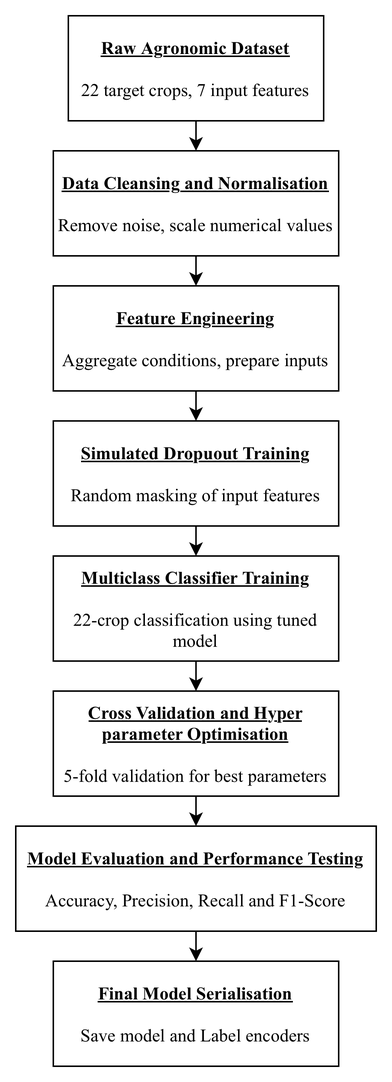
Vishesh-Goyal7/AgriVerse keeps this draw.io diagram as AgriVerse_Model_Training.drawio.png. Above is the earlier version. Source tidied: cells renumbered, new cells last; positions are measured from the earlier drawing's top-left corner, leaving out a move shared by most shapes.
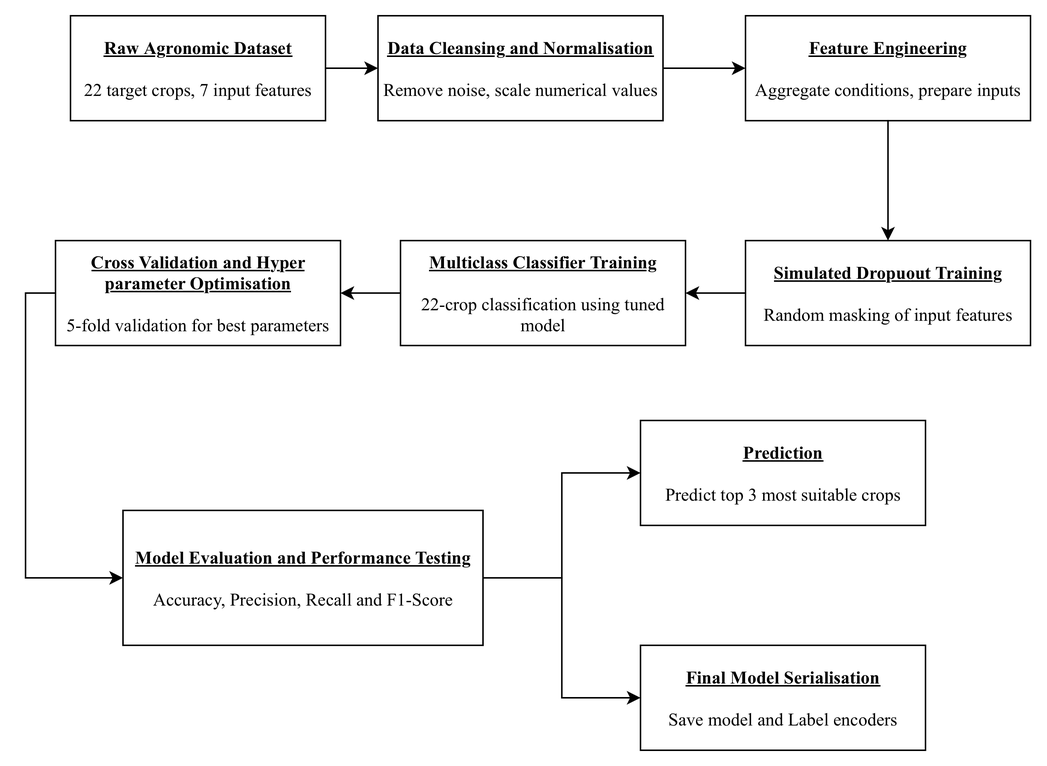
After the commit.

Change to the diagram source:
```diff
@@ -2,63 +2,56 @@
   <root>
     <mxCell id="0" />
     <mxCell id="1" parent="0" />
-    <mxCell id="2" style="group;" parent="1" vertex="1">
-      <mxGeometry x="25" width="215" height="700" as="geometry" />
+    <mxCell id="2" style="edgeStyle=orthogonalEdgeStyle;rounded=0;jettySize=auto;html=1;" parent="1" edge="1" source="3" target="5">
+      <mxGeometry relative="1" as="geometry" />
     </mxCell>
-    <mxCell id="3" style="edgeStyle=orthogonalEdgeStyle;rounded=0;jettySize=auto;html=1;exitX=0.5;exitY=1;exitDx=0;exitDy=0;entryX=0.5;entryY=0;entryDx=0;entryDy=0;" parent="2" edge="1" source="4" target="6">
-      <mxGeometry relative="1" as="geometry" />
+    <mxCell id="3" value="&lt;font face=&quot;Times New Roman&quot;&gt;&lt;b&gt;&lt;u&gt;Raw Agronomic Dataset&lt;/u&gt;&lt;/b&gt;&lt;/font&gt;&lt;br&gt;&lt;div&gt;&lt;b&gt;&lt;font face=&quot;Times New Roman&quot;&gt;&lt;br&gt;&lt;/font&gt;&lt;/b&gt;&lt;/div&gt;&lt;div&gt;&lt;font face=&quot;Times New Roman&quot;&gt;22 target crops, 7 input features&lt;/font&gt;&lt;/div&gt;" style="rounded=0;whiteSpace=wrap;html=1;" parent="1" vertex="1">
+      <mxGeometry x="-257.5" y="40" width="170" height="70" as="geometry" />
     </mxCell>
-    <mxCell id="4" value="&lt;font face=&quot;Times New Roman&quot;&gt;&lt;b&gt;&lt;u&gt;Raw Agronomic Dataset&lt;/u&gt;&lt;/b&gt;&lt;/font&gt;&lt;br&gt;&lt;div&gt;&lt;b&gt;&lt;font face=&quot;Times New Roman&quot;&gt;&lt;br&gt;&lt;/font&gt;&lt;/b&gt;&lt;/div&gt;&lt;div&gt;&lt;font face=&quot;Times New Roman&quot;&gt;22 target crops, 7 input features&lt;/font&gt;&lt;/div&gt;" style="rounded=0;whiteSpace=wrap;html=1;" parent="2" vertex="1">
-      <mxGeometry x="10" width="170" height="70" as="geometry" />
+    <mxCell id="4" style="edgeStyle=orthogonalEdgeStyle;rounded=0;jettySize=auto;html=1;" parent="1" edge="1" source="5" target="7">
+      <mxGeometry relative="1" as="geometry" />
     </mxCell>
-    <mxCell id="5" style="edgeStyle=orthogonalEdgeStyle;rounded=0;jettySize=auto;html=1;exitX=0.5;exitY=1;exitDx=0;exitDy=0;entryX=0.5;entryY=0;entryDx=0;entryDy=0;" parent="2" edge="1" source="6" target="7">
-      <mxGeometry relative="1" as="geometry" />
+    <mxCell id="5" value="&lt;font face=&quot;Times New Roman&quot;&gt;&lt;b&gt;&lt;u&gt;Data Cleansing and Normalisation&lt;/u&gt;&lt;/b&gt;&lt;/font&gt;&lt;br&gt;&lt;div&gt;&lt;b&gt;&lt;font face=&quot;Times New Roman&quot;&gt;&lt;br&gt;&lt;/font&gt;&lt;/b&gt;&lt;/div&gt;&lt;div&gt;&lt;font face=&quot;Times New Roman&quot;&gt;Remove noise, scale numerical values&lt;/font&gt;&lt;/div&gt;" style="rounded=0;whiteSpace=wrap;html=1;" parent="1" vertex="1">
+      <mxGeometry x="-52.5" y="40" width="190" height="70" as="geometry" />
     </mxCell>
-    <mxCell id="6" value="&lt;font face=&quot;Times New Roman&quot;&gt;&lt;b&gt;&lt;u&gt;Data Cleansing and Normalisation&lt;/u&gt;&lt;/b&gt;&lt;/font&gt;&lt;br&gt;&lt;div&gt;&lt;b&gt;&lt;font face=&quot;Times New Roman&quot;&gt;&lt;br&gt;&lt;/font&gt;&lt;/b&gt;&lt;/div&gt;&lt;div&gt;&lt;font face=&quot;Times New Roman&quot;&gt;Remove noise, scale numerical values&lt;/font&gt;&lt;/div&gt;" style="rounded=0;whiteSpace=wrap;html=1;" parent="2" vertex="1">
-      <mxGeometry y="90" width="190" height="70" as="geometry" />
+    <mxCell id="6" style="edgeStyle=orthogonalEdgeStyle;rounded=0;jettySize=auto;html=1;" parent="1" edge="1" source="7" target="9">
+      <mxGeometry relative="1" as="geometry" />
     </mxCell>
-    <mxCell id="7" value="&lt;font face=&quot;Times New Roman&quot;&gt;&lt;b&gt;&lt;u&gt;Feature Engineering&lt;/u&gt;&lt;/b&gt;&lt;/font&gt;&lt;br&gt;&lt;div&gt;&lt;b&gt;&lt;font face=&quot;Times New Roman&quot;&gt;&lt;br&gt;&lt;/font&gt;&lt;/b&gt;&lt;/div&gt;&lt;div&gt;&lt;font face=&quot;Times New Roman&quot;&gt;Aggregate conditions, prepare inputs&lt;/font&gt;&lt;/div&gt;" style="rounded=0;whiteSpace=wrap;html=1;" parent="2" vertex="1">
-      <mxGeometry y="180" width="190" height="70" as="geometry" />
+    <mxCell id="7" value="&lt;font face=&quot;Times New Roman&quot;&gt;&lt;b&gt;&lt;u&gt;Feature Engineering&lt;/u&gt;&lt;/b&gt;&lt;/font&gt;&lt;br&gt;&lt;div&gt;&lt;b&gt;&lt;font face=&quot;Times New Roman&quot;&gt;&lt;br&gt;&lt;/font&gt;&lt;/b&gt;&lt;/div&gt;&lt;div&gt;&lt;font face=&quot;Times New Roman&quot;&gt;Aggregate conditions, prepare inputs&lt;/font&gt;&lt;/div&gt;" style="rounded=0;whiteSpace=wrap;html=1;" parent="1" vertex="1">
+      <mxGeometry x="192.5" y="40" width="190" height="70" as="geometry" />
     </mxCell>
-    <mxCell id="8" style="edgeStyle=orthogonalEdgeStyle;rounded=0;jettySize=auto;html=1;exitX=0.5;exitY=1;exitDx=0;exitDy=0;entryX=0.5;entryY=0;entryDx=0;entryDy=0;" parent="2" edge="1" target="9">
-      <mxGeometry relative="1" as="geometry">
-        <mxPoint x="95" y="250" as="sourcePoint" />
-      </mxGeometry>
+    <mxCell id="8" style="edgeStyle=orthogonalEdgeStyle;rounded=0;jettySize=auto;html=1;" parent="1" edge="1" source="9" target="11">
+      <mxGeometry relative="1" as="geometry" />
     </mxCell>
-    <mxCell id="9" value="&lt;font face=&quot;Times New Roman&quot;&gt;&lt;b&gt;&lt;u&gt;Simulated Dropuout Training&lt;/u&gt;&lt;/b&gt;&lt;/font&gt;&lt;br&gt;&lt;div&gt;&lt;b&gt;&lt;font face=&quot;Times New Roman&quot;&gt;&lt;br&gt;&lt;/font&gt;&lt;/b&gt;&lt;/div&gt;&lt;div&gt;&lt;font face=&quot;Times New Roman&quot;&gt;Random masking of input features&lt;/font&gt;&lt;span style=&quot;caret-color: rgba(0, 0, 0, 0); color: rgba(0, 0, 0, 0); font-family: monospace; font-size: 0px; text-align: start; white-space: nowrap;&quot;&gt;%3CmxGraphModel%3E%3Croot%3E%3CmxCell%20id%3D%220%22%2F%3E%3CmxCell%20id%3D%221%22%20parent%3D%220%22%2F%3E%3CmxCell%20id%3D%222%22%20edge%3D%221%22%20parent%3D%221%22%20style%3D%22edgeStyle%3DorthogonalEdgeStyle%3Brounded%3D0%3BorthogonalLoop%3D1%3BjettySize%3Dauto%3Bhtml%3D1%3BexitX%3D0.5%3BexitY%3D1%3BexitDx%3D0%3BexitDy%3D0%3BentryX%3D0.5%3BentryY%3D0%3BentryDx%3D0%3BentryDy%3D0%3B%22%20target%3D%223%22%3E%3CmxGeometry%20relative%3D%221%22%20as%3D%22geometry%22%3E%3CmxPoint%20x%3D%22205%22%20y%3D%22640%22%20as%3D%22sourcePoint%22%2F%3E%3C%2FmxGeometry%3E%3C%2FmxCell%3E%3CmxCell%20id%3D%223%22%20parent%3D%221%22%20style%3D%22rounded%3D0%3BwhiteSpace%3Dwrap%3Bhtml%3D1%3B%22%20value%3D%22%26lt%3Bfont%20face%3D%26quot%3BTimes%20New%20Roman%26quot%3B%26gt%3B%26lt%3Bb%26gt%3B%26lt%3Bu%26gt%3BFeature%20Engineering%26lt%3B%2Fu%26gt%3B%26lt%3B%2Fb%26gt%3B%26lt%3B%2Ffont%26gt%3B%26lt%3Bbr%26gt%3B%26lt%3Bdiv%26gt%3B%26lt%3Bb%26gt%3B%26lt%3Bfont%20face%3D%26quot%3BTimes%20New%20Roman%26quot%3B%26gt%3B%26lt%3Bbr%26gt%3B%26lt%3B%2Ffont%26gt%3B%26lt%3B%2Fb%26gt%3B%26lt%3B%2Fdiv%26gt%3B%26lt%3Bdiv%26gt%3B%26lt%3Bfont%20face%3D%26quot%3BTimes%20New%20Roman%26quot%3B%26gt%3BAggregate%20conditions%2C%20prepare%20inputs%26lt%3B%2Ffont%26gt%3B%26lt%3B%2Fdiv%26gt%3B%22%20vertex%3D%221%22%3E%3CmxGeometry%20height%3D%2270%22%20width%3D%22190%22%20x%3D%22110%22%20y%3D%22660%22%20as%3D%22geometry%22%2F%3E%3C%2FmxCell%3E%3C%2Froot%3E%3C%2FmxGraphModel%3E&lt;/span&gt;&lt;/div&gt;" style="rounded=0;whiteSpace=wrap;html=1;" parent="2" vertex="1">
-      <mxGeometry y="270" width="190" height="70" as="geometry" />
+    <mxCell id="9" value="&lt;font face=&quot;Times New Roman&quot;&gt;&lt;b&gt;&lt;u&gt;Simulated Dropuout Training&lt;/u&gt;&lt;/b&gt;&lt;/font&gt;&lt;br&gt;&lt;div&gt;&lt;b&gt;&lt;font face=&quot;Times New Roman&quot;&gt;&lt;br&gt;&lt;/font&gt;&lt;/b&gt;&lt;/div&gt;&lt;div&gt;&lt;font face=&quot;Times New Roman&quot;&gt;Random masking of input features&lt;/font&gt;&lt;span style=&quot;caret-color: rgba(0, 0, 0, 0); color: rgba(0, 0, 0, 0); font-family: monospace; font-size: 0px; text-align: start; white-space: nowrap;&quot;&gt;%3CmxGraphModel%3E%3Croot%3E%3CmxCell%20id%3D%220%22%2F%3E%3CmxCell%20id%3D%221%22%20parent%3D%220%22%2F%3E%3CmxCell%20id%3D%222%22%20edge%3D%221%22%20parent%3D%221%22%20style%3D%22edgeStyle%3DorthogonalEdgeStyle%3Brounded%3D0%3BorthogonalLoop%3D1%3BjettySize%3Dauto%3Bhtml%3D1%3BexitX%3D0.5%3BexitY%3D1%3BexitDx%3D0%3BexitDy%3D0%3BentryX%3D0.5%3BentryY%3D0%3BentryDx%3D0%3BentryDy%3D0%3B%22%20target%3D%223%22%3E%3CmxGeometry%20relative%3D%221%22%20as%3D%22geometry%22%3E%3CmxPoint%20x%3D%22205%22%20y%3D%22640%22%20as%3D%22sourcePoint%22%2F%3E%3C%2FmxGeometry%3E%3C%2FmxCell%3E%3CmxCell%20id%3D%223%22%20parent%3D%221%22%20style%3D%22rounded%3D0%3BwhiteSpace%3Dwrap%3Bhtml%3D1%3B%22%20value%3D%22%26lt%3Bfont%20face%3D%26quot%3BTimes%20New%20Roman%26quot%3B%26gt%3B%26lt%3Bb%26gt%3B%26lt%3Bu%26gt%3BFeature%20Engineering%26lt%3B%2Fu%26gt%3B%26lt%3B%2Fb%26gt%3B%26lt%3B%2Ffont%26gt%3B%26lt%3Bbr%26gt%3B%26lt%3Bdiv%26gt%3B%26lt%3Bb%26gt%3B%26lt%3Bfont%20face%3D%26quot%3BTimes%20New%20Roman%26quot%3B%26gt%3B%26lt%3Bbr%26gt%3B%26lt%3B%2Ffont%26gt%3B%26lt%3B%2Fb%26gt%3B%26lt%3B%2Fdiv%26gt%3B%26lt%3Bdiv%26gt%3B%26lt%3Bfont%20face%3D%26quot%3BTimes%20New%20Roman%26quot%3B%26gt%3BAggregate%20conditions%2C%20prepare%20inputs%26lt%3B%2Ffont%26gt%3B%26lt%3B%2Fdiv%26gt%3B%22%20vertex%3D%221%22%3E%3CmxGeometry%20height%3D%2270%22%20width%3D%22190%22%20x%3D%22110%22%20y%3D%22660%22%20as%3D%22geometry%22%2F%3E%3C%2FmxCell%3E%3C%2Froot%3E%3C%2FmxGraphModel%3E&lt;/span&gt;&lt;/div&gt;" style="rounded=0;whiteSpace=wrap;html=1;" parent="1" vertex="1">
+      <mxGeometry x="192.5" y="190" width="190" height="70" as="geometry" />
     </mxCell>
-    <mxCell id="10" style="edgeStyle=orthogonalEdgeStyle;rounded=0;jettySize=auto;html=1;exitX=0.5;exitY=1;exitDx=0;exitDy=0;entryX=0.5;entryY=0;entryDx=0;entryDy=0;" parent="2" edge="1" target="11">
-      <mxGeometry relative="1" as="geometry">
-        <mxPoint x="95" y="340" as="sourcePoint" />
-      </mxGeometry>
+    <mxCell id="10" style="edgeStyle=orthogonalEdgeStyle;rounded=0;jettySize=auto;html=1;" parent="1" edge="1" source="11" target="13">
+      <mxGeometry relative="1" as="geometry" />
     </mxCell>
-    <mxCell id="11" value="&lt;font face=&quot;Times New Roman&quot;&gt;&lt;b&gt;&lt;u&gt;Multiclass Classifier Training&lt;/u&gt;&lt;/b&gt;&lt;/font&gt;&lt;br&gt;&lt;div&gt;&lt;b&gt;&lt;font face=&quot;Times New Roman&quot;&gt;&lt;br&gt;&lt;/font&gt;&lt;/b&gt;&lt;/div&gt;&lt;div&gt;&lt;font face=&quot;Times New Roman&quot;&gt;22-crop classification using tuned model&lt;/font&gt;&lt;/div&gt;" style="rounded=0;whiteSpace=wrap;html=1;" parent="2" vertex="1">
-      <mxGeometry y="360" width="190" height="70" as="geometry" />
+    <mxCell id="11" value="&lt;font face=&quot;Times New Roman&quot;&gt;&lt;b&gt;&lt;u&gt;Multiclass Classifier Training&lt;/u&gt;&lt;/b&gt;&lt;/font&gt;&lt;br&gt;&lt;div&gt;&lt;b&gt;&lt;font face=&quot;Times New Roman&quot;&gt;&lt;br&gt;&lt;/font&gt;&lt;/b&gt;&lt;/div&gt;&lt;div&gt;&lt;font face=&quot;Times New Roman&quot;&gt;22-crop classification using tuned model&lt;/font&gt;&lt;/div&gt;" style="rounded=0;whiteSpace=wrap;html=1;" parent="1" vertex="1">
+      <mxGeometry x="-37.5" y="190" width="190" height="70" as="geometry" />
     </mxCell>
-    <mxCell id="12" style="edgeStyle=orthogonalEdgeStyle;rounded=0;jettySize=auto;html=1;exitX=0.5;exitY=1;exitDx=0;exitDy=0;entryX=0.5;entryY=0;entryDx=0;entryDy=0;" parent="2" edge="1" target="13">
-      <mxGeometry relative="1" as="geometry">
-        <mxPoint x="95" y="430" as="sourcePoint" />
-      </mxGeometry>
+    <mxCell id="12" style="edgeStyle=orthogonalEdgeStyle;rounded=0;jettySize=auto;html=1;exitX=0;exitY=0.5;exitDx=0;exitDy=0;entryX=0;entryY=0.5;entryDx=0;entryDy=0;" parent="1" edge="1" source="13" target="17">
+      <mxGeometry relative="1" as="geometry" />
     </mxCell>
-    <mxCell id="13" value="&lt;font face=&quot;Times New Roman&quot;&gt;&lt;b&gt;&lt;u&gt;Cross Validation and Hyper parameter Optimisation&lt;/u&gt;&lt;/b&gt;&lt;/font&gt;&lt;br&gt;&lt;div&gt;&lt;b&gt;&lt;font face=&quot;Times New Roman&quot;&gt;&lt;br&gt;&lt;/font&gt;&lt;/b&gt;&lt;/div&gt;&lt;div&gt;&lt;font face=&quot;Times New Roman&quot;&gt;5-fold validation for best parameters&lt;/font&gt;&lt;/div&gt;" style="rounded=0;whiteSpace=wrap;html=1;" parent="2" vertex="1">
-      <mxGeometry y="450" width="190" height="70" as="geometry" />
+    <mxCell id="13" value="&lt;font face=&quot;Times New Roman&quot;&gt;&lt;b&gt;&lt;u&gt;Cross Validation and Hyper parameter Optimisation&lt;/u&gt;&lt;/b&gt;&lt;/font&gt;&lt;br&gt;&lt;div&gt;&lt;b&gt;&lt;font face=&quot;Times New Roman&quot;&gt;&lt;br&gt;&lt;/font&gt;&lt;/b&gt;&lt;/div&gt;&lt;div&gt;&lt;font face=&quot;Times New Roman&quot;&gt;5-fold validation for best parameters&lt;/font&gt;&lt;/div&gt;" style="rounded=0;whiteSpace=wrap;html=1;" parent="1" vertex="1">
+      <mxGeometry x="-267.5" y="190" width="190" height="70" as="geometry" />
     </mxCell>
-    <mxCell id="14" style="edgeStyle=orthogonalEdgeStyle;rounded=0;jettySize=auto;html=1;exitX=0.5;exitY=1;exitDx=0;exitDy=0;entryX=0.5;entryY=0;entryDx=0;entryDy=0;" parent="2" edge="1" target="17">
-      <mxGeometry relative="1" as="geometry">
-        <mxPoint x="95" y="520" as="sourcePoint" />
-      </mxGeometry>
+    <mxCell id="14" value="&lt;div&gt;&lt;b&gt;&lt;font face=&quot;Times New Roman&quot;&gt;&lt;u&gt;Final Model Serialisation&lt;/u&gt;&lt;/font&gt;&lt;/b&gt;&lt;/div&gt;&lt;div&gt;&lt;b&gt;&lt;font face=&quot;Times New Roman&quot;&gt;&lt;u&gt;&lt;br&gt;&lt;/u&gt;&lt;/font&gt;&lt;/b&gt;&lt;/div&gt;&lt;div&gt;&lt;font face=&quot;Times New Roman&quot;&gt;Save model and Label encoders&lt;/font&gt;&lt;/div&gt;" style="rounded=0;whiteSpace=wrap;html=1;" parent="1" vertex="1">
+      <mxGeometry x="122.5" y="460" width="190" height="70" as="geometry" />
     </mxCell>
-    <mxCell id="15" style="edgeStyle=orthogonalEdgeStyle;rounded=0;jettySize=auto;html=1;exitX=0.5;exitY=1;exitDx=0;exitDy=0;entryX=0.5;entryY=0;entryDx=0;entryDy=0;" parent="2" edge="1" target="16">
-      <mxGeometry relative="1" as="geometry">
-        <mxPoint x="95" y="610" as="sourcePoint" />
-      </mxGeometry>
+    <mxCell id="15" style="edgeStyle=orthogonalEdgeStyle;rounded=0;jettySize=auto;html=1;" parent="1" edge="1" source="17" target="14">
+      <mxGeometry relative="1" as="geometry" />
     </mxCell>
-    <mxCell id="16" value="&lt;div&gt;&lt;b&gt;&lt;font face=&quot;Times New Roman&quot;&gt;&lt;u&gt;Final Model Serialisation&lt;/u&gt;&lt;/font&gt;&lt;/b&gt;&lt;/div&gt;&lt;div&gt;&lt;b&gt;&lt;font face=&quot;Times New Roman&quot;&gt;&lt;u&gt;&lt;br&gt;&lt;/u&gt;&lt;/font&gt;&lt;/b&gt;&lt;/div&gt;&lt;div&gt;&lt;font face=&quot;Times New Roman&quot;&gt;Save model and Label encoders&lt;/font&gt;&lt;/div&gt;" style="rounded=0;whiteSpace=wrap;html=1;" parent="2" vertex="1">
-      <mxGeometry y="630" width="190" height="70" as="geometry" />
+    <mxCell id="16" style="edgeStyle=orthogonalEdgeStyle;rounded=0;jettySize=auto;html=1;entryX=0;entryY=0.5;entryDx=0;entryDy=0;" parent="1" edge="1" source="17" target="18">
+      <mxGeometry relative="1" as="geometry" />
     </mxCell>
-    <mxCell id="17" value="&lt;div&gt;&lt;b&gt;&lt;font face=&quot;Times New Roman&quot;&gt;&lt;u&gt;Model Evaluation and Performance Testing&lt;/u&gt;&lt;/font&gt;&lt;/b&gt;&lt;/div&gt;&lt;div&gt;&lt;b&gt;&lt;font face=&quot;Times New Roman&quot;&gt;&lt;u&gt;&lt;br&gt;&lt;/u&gt;&lt;/font&gt;&lt;/b&gt;&lt;/div&gt;&lt;div&gt;&lt;font face=&quot;Times New Roman&quot;&gt;Accuracy, Precision, Recall and F1-Score&lt;/font&gt;&lt;/div&gt;" style="rounded=0;whiteSpace=wrap;html=1;" parent="2" vertex="1">
-      <mxGeometry x="-25" y="540" width="240" height="70" as="geometry" />
+    <mxCell id="17" value="&lt;div&gt;&lt;b&gt;&lt;font face=&quot;Times New Roman&quot;&gt;&lt;u&gt;Model Evaluation and Performance Testing&lt;/u&gt;&lt;/font&gt;&lt;/b&gt;&lt;/div&gt;&lt;div&gt;&lt;b&gt;&lt;font face=&quot;Times New Roman&quot;&gt;&lt;u&gt;&lt;br&gt;&lt;/u&gt;&lt;/font&gt;&lt;/b&gt;&lt;/div&gt;&lt;div&gt;&lt;font face=&quot;Times New Roman&quot;&gt;Accuracy, Precision, Recall and F1-Score&lt;/font&gt;&lt;/div&gt;" style="rounded=0;whiteSpace=wrap;html=1;" parent="1" vertex="1">
+      <mxGeometry x="-222.5" y="370" width="240" height="90" as="geometry" />
     </mxCell>
+    <mxCell id="18" value="&lt;div&gt;&lt;b&gt;&lt;font face=&quot;Times New Roman&quot;&gt;&lt;u&gt;Prediction&lt;/u&gt;&lt;/font&gt;&lt;/b&gt;&lt;/div&gt;&lt;div&gt;&lt;b&gt;&lt;font face=&quot;Times New Roman&quot;&gt;&lt;u&gt;&lt;br&gt;&lt;/u&gt;&lt;/font&gt;&lt;/b&gt;&lt;/div&gt;&lt;div&gt;&lt;font face=&quot;Times New Roman&quot;&gt;Predict top 3 most suitable crops&lt;/font&gt;&lt;/div&gt;" style="rounded=0;whiteSpace=wrap;html=1;" parent="1" vertex="1">
+      <mxGeometry x="122.5" y="310" width="190" height="70" as="geometry" />
+    </mxCell>
   </root>
 </mxGraphModel>
```
